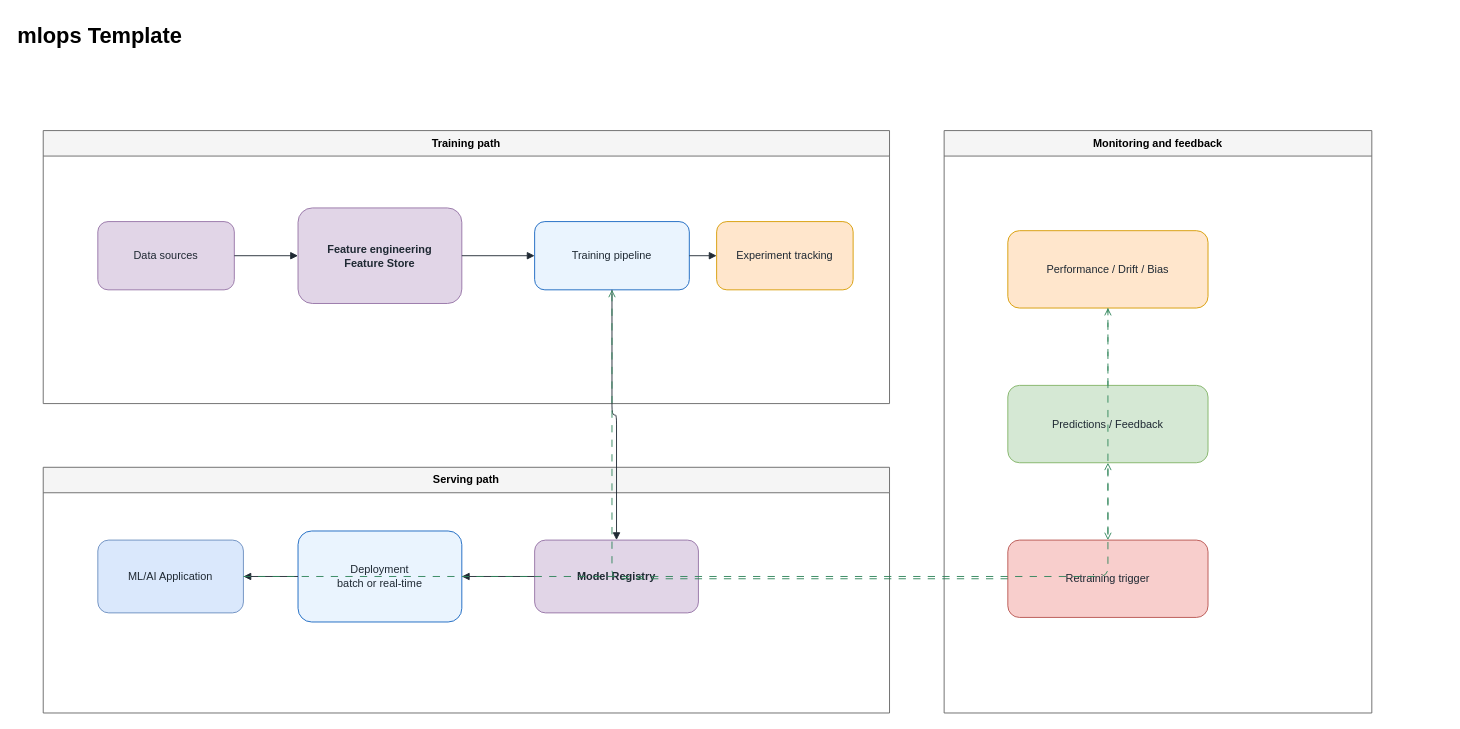
Earlier version of the draw.io diagram examples/software-infra-analytics/mlops.drawio (fjgonzalezmgt/drawingskills). Source tidied: cells renumbered, new cells numbered last; positions are measured from the earlier drawing's top-left corner, leaving out a move shared by most shapes. Both pictures are drawn from the tidied source at 91%, with x=0, y=0 at pixel (15, 15).
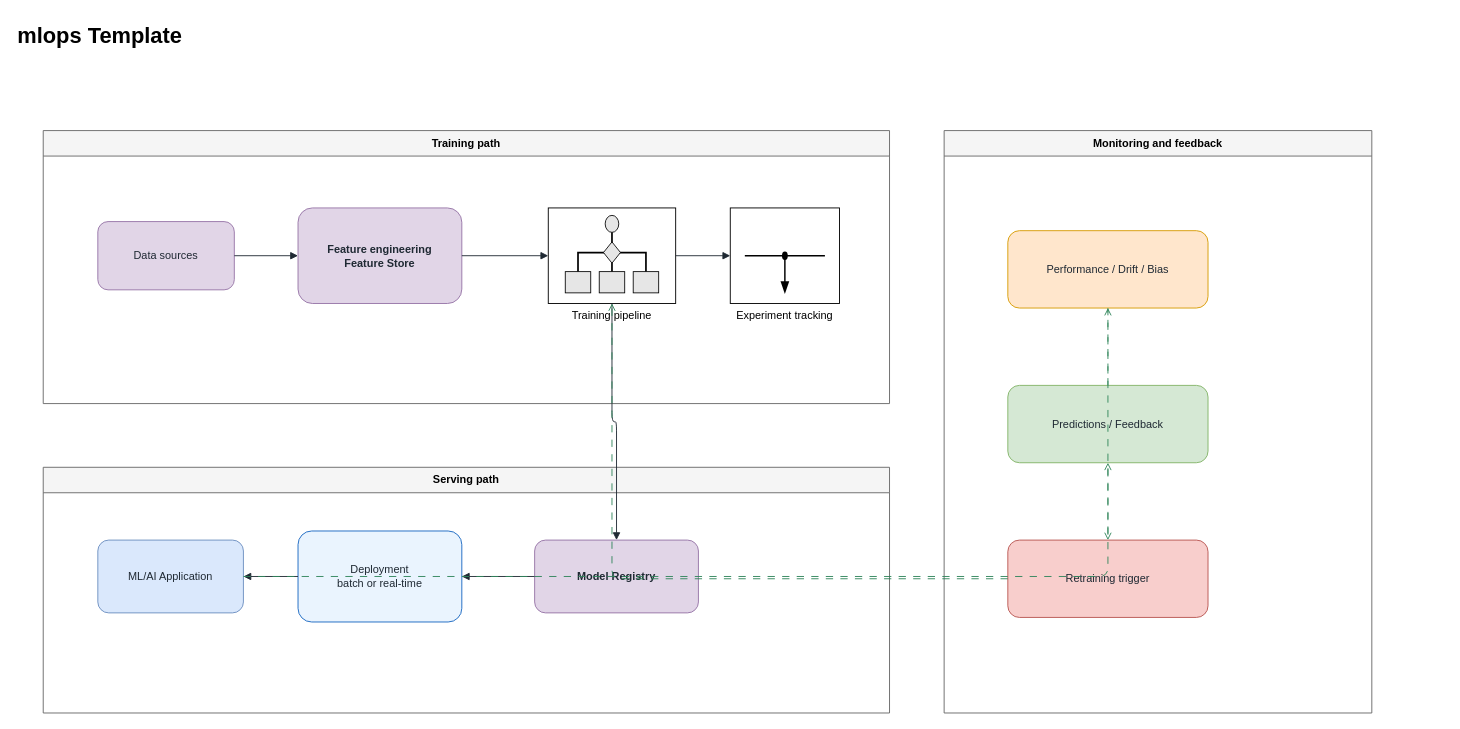
After the change.

Change to the diagram source:
```diff
@@
-    <mxCell id="8" value="Training pipeline" style="rounded=1;whiteSpace=wrap;html=1;fillColor=#EAF4FE;strokeColor=#1565C0;fontColor=#1F2933;" parent="1" vertex="1">
-      <mxGeometry x="570" y="226" width="170" height="75" as="geometry" />
+    <mxCell id="8" value="Training pipeline" style="shape=mxgraph.eip.process_manager;whiteSpace=wrap;html=1;verticalLabelPosition=bottom;verticalAlign=top;align=center;" parent="1" vertex="1">
+      <mxGeometry x="585" y="211" width="140" height="105" as="geometry" />
     </mxCell>
-    <mxCell id="9" value="Experiment tracking" style="rounded=1;whiteSpace=wrap;html=1;fillColor=#FFE6CC;strokeColor=#D79B00;fontColor=#1F2933;" parent="1" vertex="1">
-      <mxGeometry x="770" y="226" width="150" height="75" as="geometry" />
+    <mxCell id="9" value="Experiment tracking" style="shape=mxgraph.eip.wire_tap;whiteSpace=wrap;html=1;verticalLabelPosition=bottom;verticalAlign=top;align=center;" parent="1" vertex="1">
+      <mxGeometry x="785" y="211" width="120" height="105" as="geometry" />
     </mxCell>
```
